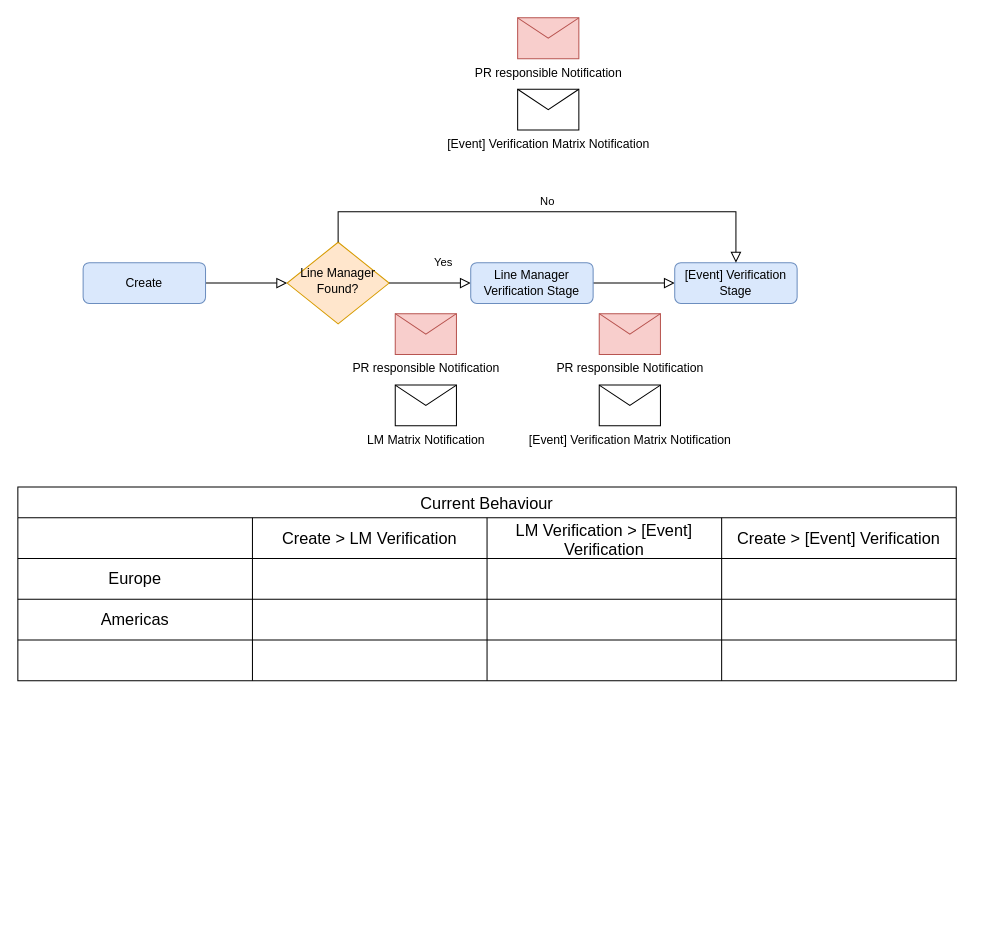
The draw.io diagram Event_management_matrix_notifications.drawio in MassiveSnake/draw_io_flowcharts, before the edit. Source tidied: cells renumbered, new cells numbered last; positions are measured from the earlier drawing's top-left corner, leaving out a move shared by most shapes. Both pictures are drawn from the tidied source at 102%, with x=0, y=0 at pixel (17, 17).
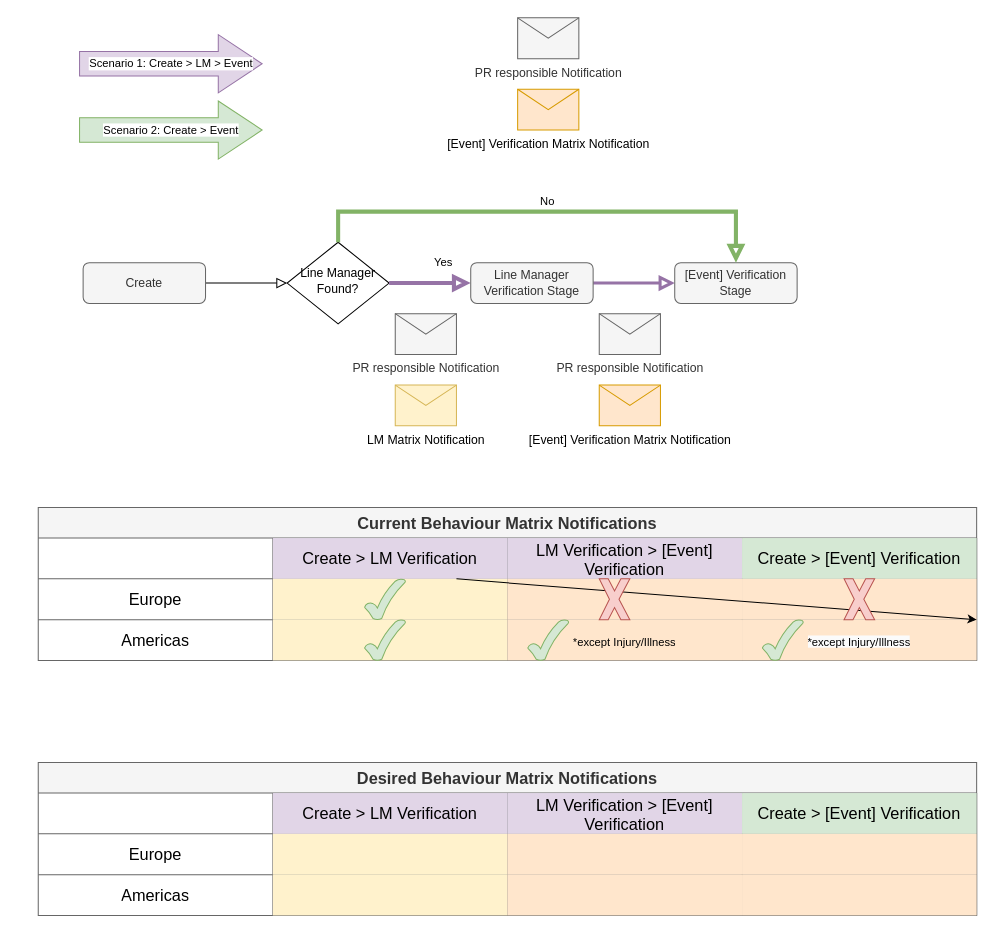
The same page after the edit.

The change refers to these unchanged cells:
```xml
<mxCell id="17" style="shape=tableRow;horizontal=0;startSize=0;swimlaneHead=0;swimlaneBody=0;strokeColor=inherit;top=0;left=0;bottom=0;right=0;fillColor=none;fontSize=16;" parent="16" vertex="1">
  <mxGeometry y="30" width="920" height="40" as="geometry" />
</mxCell>
<mxCell id="22" style="shape=tableRow;horizontal=0;startSize=0;swimlaneHead=0;swimlaneBody=0;strokeColor=inherit;top=0;left=0;bottom=0;right=0;fillColor=none;fontSize=16;" parent="16" vertex="1">
  <mxGeometry y="70" width="920" height="40" as="geometry" />
</mxCell>
<mxCell id="27" style="shape=tableRow;horizontal=0;startSize=0;swimlaneHead=0;swimlaneBody=0;strokeColor=inherit;top=0;left=0;bottom=0;right=0;fillColor=none;fontSize=16;" parent="16" vertex="1">
  <mxGeometry y="110" width="920" height="40" as="geometry" />
</mxCell>
```

What changed in the source:
```diff
@@
-    <mxCell id="3" value="Create" style="rounded=1;whiteSpace=wrap;html=1;fontSize=12;glass=0;strokeWidth=1;shadow=0;fillColor=#dae8fc;strokeColor=#6c8ebf;" parent="1" vertex="1">
+    <mxCell id="3" value="Create" style="rounded=1;whiteSpace=wrap;html=1;fontSize=12;glass=0;strokeWidth=1;shadow=0;fillColor=#f5f5f5;strokeColor=#666666;fontColor=#333333;" parent="1" vertex="1">
       <mxGeometry x="64" y="240" width="120" height="40" as="geometry" />
     </mxCell>
-    <mxCell id="4" style="edgeStyle=orthogonalEdgeStyle;rounded=0;html=1;jettySize=auto;fontSize=11;endArrow=block;endFill=0;endSize=8;strokeWidth=1;shadow=0;labelBackgroundColor=none;exitX=1;exitY=0.5;exitDx=0;exitDy=0;" parent="1" edge="1" source="8" target="6">
+    <mxCell id="4" style="edgeStyle=orthogonalEdgeStyle;rounded=0;html=1;jettySize=auto;fontSize=11;endArrow=block;endFill=0;endSize=8;strokeWidth=3;shadow=0;labelBackgroundColor=none;exitX=1;exitY=0.5;exitDx=0;exitDy=0;fillColor=#e1d5e7;strokeColor=#9673a6;" parent="1" edge="1" source="8" target="6">
       <mxGeometry y="10" relative="1" as="geometry" />
     </mxCell>
-    <mxCell id="5" value="Line Manager Found?" style="rhombus;whiteSpace=wrap;html=1;shadow=0;fontFamily=Helvetica;fontSize=12;align=center;strokeWidth=1;spacing=6;spacingTop=-4;fillColor=#ffe6cc;strokeColor=#d79b00;" parent="1" vertex="1">
+    <mxCell id="5" value="Line Manager Found?" style="rhombus;whiteSpace=wrap;html=1;shadow=0;fontFamily=Helvetica;fontSize=12;align=center;strokeWidth=1;spacing=6;spacingTop=-4;" parent="1" vertex="1">
       <mxGeometry x="264" y="220" width="100" height="80" as="geometry" />
     </mxCell>
-    <mxCell id="6" value="[Event] Verification Stage" style="rounded=1;whiteSpace=wrap;html=1;fontSize=12;glass=0;strokeWidth=1;shadow=0;fillColor=#dae8fc;strokeColor=#6c8ebf;" parent="1" vertex="1">
+    <mxCell id="6" value="[Event] Verification Stage" style="rounded=1;whiteSpace=wrap;html=1;fontSize=12;glass=0;strokeWidth=1;shadow=0;fillColor=#f5f5f5;strokeColor=#666666;fontColor=#333333;" parent="1" vertex="1">
       <mxGeometry x="644" y="240" width="120" height="40" as="geometry" />
     </mxCell>
-    <mxCell id="7" value="Yes" style="rounded=0;html=1;jettySize=auto;fontSize=11;endArrow=block;endFill=0;endSize=8;strokeWidth=1;shadow=0;labelBackgroundColor=none;edgeStyle=orthogonalEdgeStyle;exitX=1;exitY=0.5;exitDx=0;exitDy=0;" parent="1" edge="1" source="5">
+    <mxCell id="7" value="Yes" style="rounded=0;html=1;jettySize=auto;fontSize=11;endArrow=block;endFill=0;endSize=8;strokeWidth=4;shadow=0;labelBackgroundColor=none;edgeStyle=orthogonalEdgeStyle;exitX=1;exitY=0.5;exitDx=0;exitDy=0;fillColor=#e1d5e7;strokeColor=#9673a6;" parent="1" edge="1" source="5">
       <mxGeometry x="0.33" y="20" relative="1" as="geometry">
         <mxPoint x="444" y="260" as="targetPoint" />
       </mxGeometry>
     </mxCell>
-    <mxCell id="8" value="Line Manager Verification Stage" style="rounded=1;whiteSpace=wrap;html=1;fontSize=12;glass=0;strokeWidth=1;shadow=0;fillColor=#dae8fc;strokeColor=#6c8ebf;" parent="1" vertex="1">
+    <mxCell id="8" value="Line Manager Verification Stage" style="rounded=1;whiteSpace=wrap;html=1;fontSize=12;glass=0;strokeWidth=1;shadow=0;fillColor=#f5f5f5;strokeColor=#666666;fontColor=#333333;" parent="1" vertex="1">
       <mxGeometry x="444" y="240" width="120" height="40" as="geometry" />
     </mxCell>
-    <mxCell id="9" value="No" style="edgeStyle=orthogonalEdgeStyle;rounded=0;html=1;jettySize=auto;fontSize=11;endArrow=block;endFill=0;endSize=8;strokeWidth=1;shadow=0;labelBackgroundColor=none;entryX=0.5;entryY=0;entryDx=0;entryDy=0;" parent="1" edge="1" target="6">
+    <mxCell id="9" value="No" style="edgeStyle=orthogonalEdgeStyle;rounded=0;html=1;jettySize=auto;fontSize=11;endArrow=block;endFill=0;endSize=8;strokeWidth=4;shadow=0;labelBackgroundColor=none;entryX=0.5;entryY=0;entryDx=0;entryDy=0;fillColor=#d5e8d4;strokeColor=#82b366;" parent="1" edge="1" target="6">
       <mxGeometry y="10" relative="1" as="geometry">
         <mxPoint x="314" y="220" as="sourcePoint" />
         <Array as="points">
           <mxPoint x="314" y="190" />
           <mxPoint x="704" y="190" />
         </Array>
       </mxGeometry>
     </mxCell>
-    <mxCell id="10" value="LM Matrix Notification" style="shape=message;html=1;html=1;outlineConnect=0;labelPosition=center;verticalLabelPosition=bottom;align=center;verticalAlign=top;" parent="1" vertex="1">
+    <mxCell id="10" value="LM Matrix Notification" style="shape=message;html=1;html=1;outlineConnect=0;labelPosition=center;verticalLabelPosition=bottom;align=center;verticalAlign=top;fillColor=#fff2cc;strokeColor=#d6b656;" parent="1" vertex="1">
       <mxGeometry x="370" y="360" width="60" height="40" as="geometry" />
     </mxCell>
-    <mxCell id="11" value="[Event] Verification Matrix Notification" style="shape=message;html=1;html=1;labelPosition=center;verticalLabelPosition=bottom;align=center;verticalAlign=top;" parent="1" vertex="1">
+    <mxCell id="11" value="[Event] Verification Matrix Notification" style="shape=message;html=1;html=1;labelPosition=center;verticalLabelPosition=bottom;align=center;verticalAlign=top;fillColor=#ffe6cc;strokeColor=#d79b00;" parent="1" vertex="1">
       <mxGeometry x="570" y="360" width="60" height="40" as="geometry" />
     </mxCell>
-    <mxCell id="12" value="[Event] Verification Matrix Notification" style="shape=message;html=1;html=1;labelPosition=center;verticalLabelPosition=bottom;align=center;verticalAlign=top;" parent="1" vertex="1">
+    <mxCell id="12" value="[Event] Verification Matrix Notification" style="shape=message;html=1;html=1;labelPosition=center;verticalLabelPosition=bottom;align=center;verticalAlign=top;fillColor=#ffe6cc;strokeColor=#d79b00;" parent="1" vertex="1">
       <mxGeometry x="490" y="70" width="60" height="40" as="geometry" />
     </mxCell>
-    <mxCell id="13" value="PR responsible Notification&lt;br&gt;" style="shape=message;html=1;html=1;labelPosition=center;verticalLabelPosition=bottom;align=center;verticalAlign=top;fillColor=#f8cecc;strokeColor=#b85450;" parent="1" vertex="1">
+    <mxCell id="13" value="PR responsible Notification&lt;br&gt;" style="shape=message;html=1;html=1;labelPosition=center;verticalLabelPosition=bottom;align=center;verticalAlign=top;fillColor=#f5f5f5;fontColor=#333333;strokeColor=#666666;" parent="1" vertex="1">
       <mxGeometry x="370" y="290" width="60" height="40" as="geometry" />
     </mxCell>
-    <mxCell id="14" value="PR responsible Notification&lt;br&gt;" style="shape=message;html=1;html=1;labelPosition=center;verticalLabelPosition=bottom;align=center;verticalAlign=top;fillColor=#f8cecc;strokeColor=#b85450;" parent="1" vertex="1">
+    <mxCell id="14" value="PR responsible Notification&lt;br&gt;" style="shape=message;html=1;html=1;labelPosition=center;verticalLabelPosition=bottom;align=center;verticalAlign=top;fillColor=#f5f5f5;strokeColor=#666666;fontColor=#333333;" parent="1" vertex="1">
       <mxGeometry x="570" y="290" width="60" height="40" as="geometry" />
     </mxCell>
-    <mxCell id="15" value="PR responsible Notification&lt;br&gt;" style="shape=message;html=1;html=1;labelPosition=center;verticalLabelPosition=bottom;align=center;verticalAlign=top;fillColor=#f8cecc;strokeColor=#b85450;" parent="1" vertex="1">
+    <mxCell id="15" value="PR responsible Notification&lt;br&gt;" style="shape=message;html=1;html=1;labelPosition=center;verticalLabelPosition=bottom;align=center;verticalAlign=top;fillColor=#f5f5f5;strokeColor=#666666;fontColor=#333333;" parent="1" vertex="1">
       <mxGeometry x="490" width="60" height="40" as="geometry" />
     </mxCell>
-    <mxCell id="16" value="Current Behaviour" style="shape=table;startSize=30;childLayout=tableLayout;strokeColor=default;fontSize=16;" parent="1" vertex="1">
-      <mxGeometry y="460" width="920" height="190" as="geometry" />
+    <mxCell id="16" value="Current Behaviour Matrix Notifications" style="shape=table;startSize=30;childLayout=tableLayout;strokeColor=#666666;fontSize=16;fillColor=#f5f5f5;fontColor=#333333;fontStyle=1;" parent="1" vertex="1">
+      <mxGeometry x="20" y="480" width="920" height="150" as="geometry" />
     </mxCell>
@@
-    <mxCell id="19" value="Create &amp;gt; LM Verification" style="shape=partialRectangle;html=1;whiteSpace=wrap;strokeColor=inherit;overflow=hidden;fillColor=none;top=0;left=0;bottom=0;right=0;fontSize=16;" parent="17" vertex="1">
+    <mxCell id="19" value="Create &amp;gt; LM Verification" style="shape=partialRectangle;html=1;whiteSpace=wrap;strokeColor=#9673a6;overflow=hidden;fillColor=#e1d5e7;top=0;left=0;bottom=0;right=0;fontSize=16;" parent="17" vertex="1">
       <mxGeometry x="230" width="230" height="40" as="geometry" />
     </mxCell>
-    <mxCell id="20" value="LM Verification &amp;gt; [Event] Verification" style="shape=partialRectangle;html=1;whiteSpace=wrap;strokeColor=inherit;overflow=hidden;fillColor=none;top=0;left=0;bottom=0;right=0;fontSize=16;" parent="17" vertex="1">
+    <mxCell id="20" value="LM Verification &amp;gt; [Event] Verification" style="shape=partialRectangle;html=1;whiteSpace=wrap;strokeColor=#9673a6;overflow=hidden;fillColor=#e1d5e7;top=0;left=0;bottom=0;right=0;fontSize=16;" parent="17" vertex="1">
       <mxGeometry x="460" width="230" height="40" as="geometry" />
     </mxCell>
-    <mxCell id="21" value="Create &amp;gt; [Event] Verification" style="shape=partialRectangle;html=1;whiteSpace=wrap;strokeColor=inherit;overflow=hidden;fillColor=none;top=0;left=0;bottom=0;right=0;fontSize=16;" parent="17" vertex="1">
+    <mxCell id="21" value="Create &amp;gt; [Event] Verification" style="shape=partialRectangle;html=1;whiteSpace=wrap;strokeColor=#82b366;overflow=hidden;fillColor=#d5e8d4;top=0;left=0;bottom=0;right=0;fontSize=16;" parent="17" vertex="1">
       <mxGeometry x="690" width="230" height="40" as="geometry" />
     </mxCell>
@@
-    <mxCell id="24" style="shape=partialRectangle;html=1;whiteSpace=wrap;strokeColor=inherit;overflow=hidden;fillColor=none;top=0;left=0;bottom=0;right=0;fontSize=16;" parent="22" vertex="1">
+    <mxCell id="24" style="shape=partialRectangle;html=1;whiteSpace=wrap;strokeColor=#d6b656;overflow=hidden;fillColor=#fff2cc;top=0;left=0;bottom=0;right=0;fontSize=16;" parent="22" vertex="1">
       <mxGeometry x="230" width="230" height="40" as="geometry" />
     </mxCell>
-    <mxCell id="25" style="shape=partialRectangle;html=1;whiteSpace=wrap;strokeColor=inherit;overflow=hidden;fillColor=none;top=0;left=0;bottom=0;right=0;fontSize=16;" parent="22" vertex="1">
+    <mxCell id="25" style="shape=partialRectangle;html=1;whiteSpace=wrap;strokeColor=#d79b00;overflow=hidden;fillColor=#ffe6cc;top=0;left=0;bottom=0;right=0;fontSize=16;" parent="22" vertex="1">
       <mxGeometry x="460" width="230" height="40" as="geometry" />
     </mxCell>
-    <mxCell id="26" style="shape=partialRectangle;html=1;whiteSpace=wrap;strokeColor=inherit;overflow=hidden;fillColor=none;top=0;left=0;bottom=0;right=0;fontSize=16;" parent="22" vertex="1">
+    <mxCell id="26" style="shape=partialRectangle;html=1;whiteSpace=wrap;strokeColor=#d79b00;overflow=hidden;fillColor=#ffe6cc;top=0;left=0;bottom=0;right=0;fontSize=16;" parent="22" vertex="1">
       <mxGeometry x="690" width="230" height="40" as="geometry" />
     </mxCell>
@@
-    <mxCell id="29" style="shape=partialRectangle;html=1;whiteSpace=wrap;strokeColor=inherit;overflow=hidden;fillColor=none;top=0;left=0;bottom=0;right=0;fontSize=16;" parent="27" vertex="1">
+    <mxCell id="29" style="shape=partialRectangle;html=1;whiteSpace=wrap;strokeColor=#d6b656;overflow=hidden;fillColor=#fff2cc;top=0;left=0;bottom=0;right=0;fontSize=16;" parent="27" vertex="1">
       <mxGeometry x="230" width="230" height="40" as="geometry" />
     </mxCell>
-    <mxCell id="30" style="shape=partialRectangle;html=1;whiteSpace=wrap;strokeColor=inherit;overflow=hidden;fillColor=none;top=0;left=0;bottom=0;right=0;fontSize=16;" parent="27" vertex="1">
+    <mxCell id="30" value="&lt;font style=&quot;font-size: 11px;&quot;&gt;*except Injury/Illness&lt;/font&gt;" style="shape=partialRectangle;html=1;whiteSpace=wrap;strokeColor=#d79b00;overflow=hidden;fillColor=#ffe6cc;top=0;left=0;bottom=0;right=0;fontSize=16;" parent="27" vertex="1">
       <mxGeometry x="460" width="230" height="40" as="geometry" />
     </mxCell>
-    <mxCell id="31" style="shape=partialRectangle;html=1;whiteSpace=wrap;strokeColor=inherit;overflow=hidden;fillColor=none;top=0;left=0;bottom=0;right=0;fontSize=16;" parent="27" vertex="1">
+    <mxCell id="31" value="&lt;span style=&quot;color: rgb(0, 0, 0); font-family: Helvetica; font-size: 11px; font-style: normal; font-variant-ligatures: normal; font-variant-caps: normal; font-weight: 400; letter-spacing: normal; orphans: 2; text-align: center; text-indent: 0px; text-transform: none; widows: 2; word-spacing: 0px; -webkit-text-stroke-width: 0px; background-color: rgb(251, 251, 251); text-decoration-thickness: initial; text-decoration-style: initial; text-decoration-color: initial; float: none; display: inline !important;&quot;&gt;*except Injury/Illness&lt;/span&gt;" style="shape=partialRectangle;html=1;whiteSpace=wrap;strokeColor=#d79b00;overflow=hidden;fillColor=#ffe6cc;top=0;left=0;bottom=0;right=0;fontSize=16;" parent="27" vertex="1">
       <mxGeometry x="690" width="230" height="40" as="geometry" />
     </mxCell>
-    <mxCell id="32" style="shape=tableRow;horizontal=0;startSize=0;swimlaneHead=0;swimlaneBody=0;strokeColor=inherit;top=0;left=0;bottom=0;right=0;fillColor=none;fontSize=16;" parent="16" vertex="1">
-      <mxGeometry y="150" width="920" height="40" as="geometry" />
-    </mxCell>
-    <mxCell id="33" style="shape=partialRectangle;html=1;whiteSpace=wrap;strokeColor=inherit;overflow=hidden;fillColor=none;top=0;left=0;bottom=0;right=0;fontSize=16;" parent="32" vertex="1">
-      <mxGeometry width="230" height="40" as="geometry" />
-    </mxCell>
-    <mxCell id="34" style="shape=partialRectangle;html=1;whiteSpace=wrap;strokeColor=inherit;overflow=hidden;fillColor=none;top=0;left=0;bottom=0;right=0;fontSize=16;" parent="32" vertex="1">
-      <mxGeometry x="230" width="230" height="40" as="geometry" />
-    </mxCell>
-    <mxCell id="35" style="shape=partialRectangle;html=1;whiteSpace=wrap;strokeColor=inherit;overflow=hidden;fillColor=none;top=0;left=0;bottom=0;right=0;fontSize=16;" parent="32" vertex="1">
-      <mxGeometry x="460" width="230" height="40" as="geometry" />
-    </mxCell>
-    <mxCell id="36" style="shape=partialRectangle;html=1;whiteSpace=wrap;strokeColor=inherit;overflow=hidden;fillColor=none;top=0;left=0;bottom=0;right=0;fontSize=16;" parent="32" vertex="1">
-      <mxGeometry x="690" width="230" height="40" as="geometry" />
-    </mxCell>
+    <mxCell id="37" style="verticalLabelPosition=bottom;verticalAlign=top;html=1;shape=mxgraph.basic.tick;" parent="27" vertex="1">
+      <mxGeometry x="920" height="40" as="geometry" />
+    </mxCell>
+    <mxCell id="38" style="edgeStyle=orthogonalEdgeStyle;rounded=0;jettySize=auto;html=1;" parent="1" edge="1" target="37">
+      <mxGeometry relative="1" as="geometry">
+        <mxPoint x="430" y="550" as="sourcePoint" />
+      </mxGeometry>
+    </mxCell>
+    <mxCell id="39" style="verticalLabelPosition=bottom;verticalAlign=top;html=1;shape=mxgraph.basic.tick;fillColor=#d5e8d4;strokeColor=#82b366;" parent="1" vertex="1">
+      <mxGeometry x="340" y="550" width="40" height="40" as="geometry" />
+    </mxCell>
+    <mxCell id="40" style="verticalLabelPosition=bottom;verticalAlign=top;html=1;shape=mxgraph.basic.x;fillColor=#f8cecc;strokeColor=#b85450;" parent="1" vertex="1">
+      <mxGeometry x="570" y="550" width="30" height="40" as="geometry" />
+    </mxCell>
+    <mxCell id="41" style="verticalLabelPosition=bottom;verticalAlign=top;html=1;shape=mxgraph.basic.x;fillColor=#f8cecc;strokeColor=#b85450;" parent="1" vertex="1">
+      <mxGeometry x="810" y="550" width="30" height="40" as="geometry" />
+    </mxCell>
+    <mxCell id="42" style="verticalLabelPosition=bottom;verticalAlign=top;html=1;shape=mxgraph.basic.tick;fillColor=#d5e8d4;strokeColor=#82b366;" parent="1" vertex="1">
+      <mxGeometry x="340" y="590" width="40" height="40" as="geometry" />
+    </mxCell>
+    <mxCell id="43" style="verticalLabelPosition=bottom;verticalAlign=top;html=1;shape=mxgraph.basic.tick;fillColor=#d5e8d4;strokeColor=#82b366;" parent="1" vertex="1">
+      <mxGeometry x="500" y="590" width="40" height="40" as="geometry" />
+    </mxCell>
+    <mxCell id="44" style="verticalLabelPosition=bottom;verticalAlign=top;html=1;shape=mxgraph.basic.tick;fillColor=#d5e8d4;strokeColor=#82b366;" parent="1" vertex="1">
+      <mxGeometry x="730" y="590" width="40" height="40" as="geometry" />
+    </mxCell>
+    <mxCell id="45" style="edgeStyle=orthogonalEdgeStyle;rounded=0;orthogonalLoop=1;jettySize=auto;html=1;exitX=0.5;exitY=1;exitDx=0;exitDy=0;" parent="1" edge="1" source="10" target="10">
+      <mxGeometry relative="1" as="geometry" />
+    </mxCell>
+    <mxCell id="46" value="Scenario 1: Create &amp;gt; LM &amp;gt; Event" style="shape=flexArrow;endArrow=classic;html=1;rounded=0;fillColor=#e1d5e7;strokeColor=#9673a6;endWidth=32;endSize=14;width=24;" parent="1" edge="1">
+      <mxGeometry relative="1" as="geometry">
+        <mxPoint x="60" y="45" as="sourcePoint" />
+        <mxPoint x="240" y="45" as="targetPoint" />
+      </mxGeometry>
+    </mxCell>
+    <mxCell id="47" value="Scenario 2: Create &amp;gt; Event" style="shape=flexArrow;endArrow=classic;html=1;rounded=0;fillColor=#d5e8d4;strokeColor=#82b366;endWidth=32;endSize=14;width=24;" parent="1" edge="1">
+      <mxGeometry relative="1" as="geometry">
+        <mxPoint x="60" y="110" as="sourcePoint" />
+        <mxPoint x="240" y="110" as="targetPoint" />
+      </mxGeometry>
+    </mxCell>
+    <mxCell id="48" value="Desired Behaviour Matrix Notifications" style="shape=table;startSize=30;childLayout=tableLayout;strokeColor=#666666;fontSize=16;fillColor=#f5f5f5;fontColor=#333333;fontStyle=1;" parent="1" vertex="1">
+      <mxGeometry x="20" y="730" width="920" height="150" as="geometry" />
+    </mxCell>
+    <mxCell id="49" style="shape=tableRow;horizontal=0;startSize=0;swimlaneHead=0;swimlaneBody=0;strokeColor=inherit;top=0;left=0;bottom=0;right=0;fillColor=none;fontSize=16;" parent="48" vertex="1">
+      <mxGeometry y="30" width="920" height="40" as="geometry" />
+    </mxCell>
+    <mxCell id="50" style="shape=partialRectangle;html=1;whiteSpace=wrap;strokeColor=inherit;overflow=hidden;fillColor=none;top=0;left=0;bottom=0;right=0;fontSize=16;fontStyle=1;" parent="49" vertex="1">
+      <mxGeometry width="230" height="40" as="geometry" />
+    </mxCell>
+    <mxCell id="51" value="Create &amp;gt; LM Verification" style="shape=partialRectangle;html=1;whiteSpace=wrap;strokeColor=#9673a6;overflow=hidden;fillColor=#e1d5e7;top=0;left=0;bottom=0;right=0;fontSize=16;" parent="49" vertex="1">
+      <mxGeometry x="230" width="230" height="40" as="geometry" />
+    </mxCell>
+    <mxCell id="52" value="LM Verification &amp;gt; [Event] Verification" style="shape=partialRectangle;html=1;whiteSpace=wrap;strokeColor=#9673a6;overflow=hidden;fillColor=#e1d5e7;top=0;left=0;bottom=0;right=0;fontSize=16;" parent="49" vertex="1">
+      <mxGeometry x="460" width="230" height="40" as="geometry" />
+    </mxCell>
+    <mxCell id="53" value="Create &amp;gt; [Event] Verification" style="shape=partialRectangle;html=1;whiteSpace=wrap;strokeColor=#82b366;overflow=hidden;fillColor=#d5e8d4;top=0;left=0;bottom=0;right=0;fontSize=16;" parent="49" vertex="1">
+      <mxGeometry x="690" width="230" height="40" as="geometry" />
+    </mxCell>
+    <mxCell id="54" style="shape=tableRow;horizontal=0;startSize=0;swimlaneHead=0;swimlaneBody=0;strokeColor=inherit;top=0;left=0;bottom=0;right=0;fillColor=none;fontSize=16;" parent="48" vertex="1">
+      <mxGeometry y="70" width="920" height="40" as="geometry" />
+    </mxCell>
+    <mxCell id="55" value="Europe" style="shape=partialRectangle;html=1;whiteSpace=wrap;strokeColor=inherit;overflow=hidden;fillColor=none;top=0;left=0;bottom=0;right=0;fontSize=16;" parent="54" vertex="1">
+      <mxGeometry width="230" height="40" as="geometry" />
+    </mxCell>
+    <mxCell id="56" style="shape=partialRectangle;html=1;whiteSpace=wrap;strokeColor=#d6b656;overflow=hidden;fillColor=#fff2cc;top=0;left=0;bottom=0;right=0;fontSize=16;" parent="54" vertex="1">
+      <mxGeometry x="230" width="230" height="40" as="geometry" />
+    </mxCell>
+    <mxCell id="57" style="shape=partialRectangle;html=1;whiteSpace=wrap;strokeColor=#d79b00;overflow=hidden;fillColor=#ffe6cc;top=0;left=0;bottom=0;right=0;fontSize=16;" parent="54" vertex="1">
+      <mxGeometry x="460" width="230" height="40" as="geometry" />
+    </mxCell>
+    <mxCell id="58" style="shape=partialRectangle;html=1;whiteSpace=wrap;strokeColor=#d79b00;overflow=hidden;fillColor=#ffe6cc;top=0;left=0;bottom=0;right=0;fontSize=16;" parent="54" vertex="1">
+      <mxGeometry x="690" width="230" height="40" as="geometry" />
+    </mxCell>
+    <mxCell id="59" style="shape=tableRow;horizontal=0;startSize=0;swimlaneHead=0;swimlaneBody=0;strokeColor=inherit;top=0;left=0;bottom=0;right=0;fillColor=none;fontSize=16;" parent="48" vertex="1">
+      <mxGeometry y="110" width="920" height="40" as="geometry" />
+    </mxCell>
+    <mxCell id="60" value="Americas" style="shape=partialRectangle;html=1;whiteSpace=wrap;strokeColor=inherit;overflow=hidden;fillColor=none;top=0;left=0;bottom=0;right=0;fontSize=16;" parent="59" vertex="1">
+      <mxGeometry width="230" height="40" as="geometry" />
+    </mxCell>
+    <mxCell id="61" style="shape=partialRectangle;html=1;whiteSpace=wrap;strokeColor=#d6b656;overflow=hidden;fillColor=#fff2cc;top=0;left=0;bottom=0;right=0;fontSize=16;" parent="59" vertex="1">
+      <mxGeometry x="230" width="230" height="40" as="geometry" />
+    </mxCell>
+    <mxCell id="62" style="shape=partialRectangle;html=1;whiteSpace=wrap;strokeColor=#d79b00;overflow=hidden;fillColor=#ffe6cc;top=0;left=0;bottom=0;right=0;fontSize=16;" parent="59" vertex="1">
+      <mxGeometry x="460" width="230" height="40" as="geometry" />
+    </mxCell>
+    <mxCell id="63" style="shape=partialRectangle;html=1;whiteSpace=wrap;strokeColor=#d79b00;overflow=hidden;fillColor=#ffe6cc;top=0;left=0;bottom=0;right=0;fontSize=16;" parent="59" vertex="1">
+      <mxGeometry x="690" width="230" height="40" as="geometry" />
+    </mxCell>
+    <mxCell id="64" style="verticalLabelPosition=bottom;verticalAlign=top;html=1;shape=mxgraph.basic.tick;" parent="59" vertex="1">
+      <mxGeometry x="920" height="40" as="geometry" />
+    </mxCell>
```
